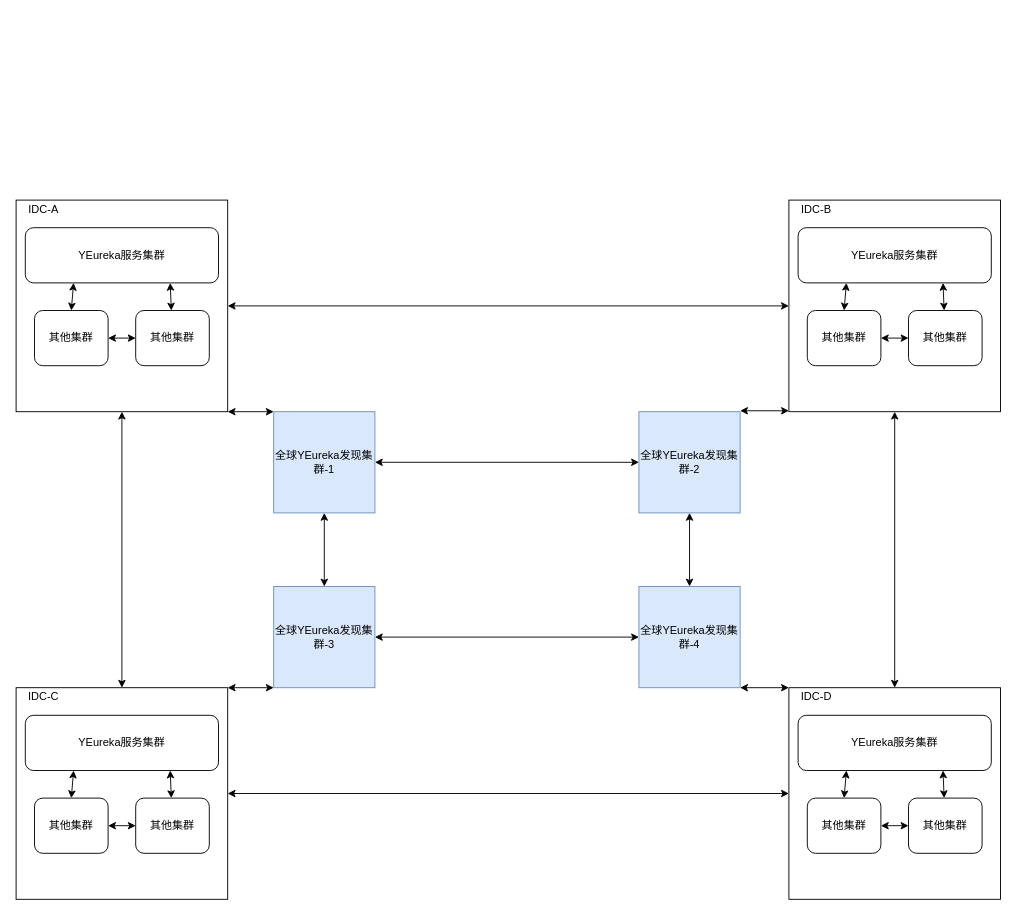
This is 全局无状态集群.drawio from Gred01/study, a draw.io file, before an edit. Source tidied: cells renumbered, new cells numbered last; positions are measured from the earlier drawing's top-left corner, leaving out a move shared by most shapes. Both pictures are drawn from the tidied source at 92%, with x=0, y=0 at pixel (16, 200).
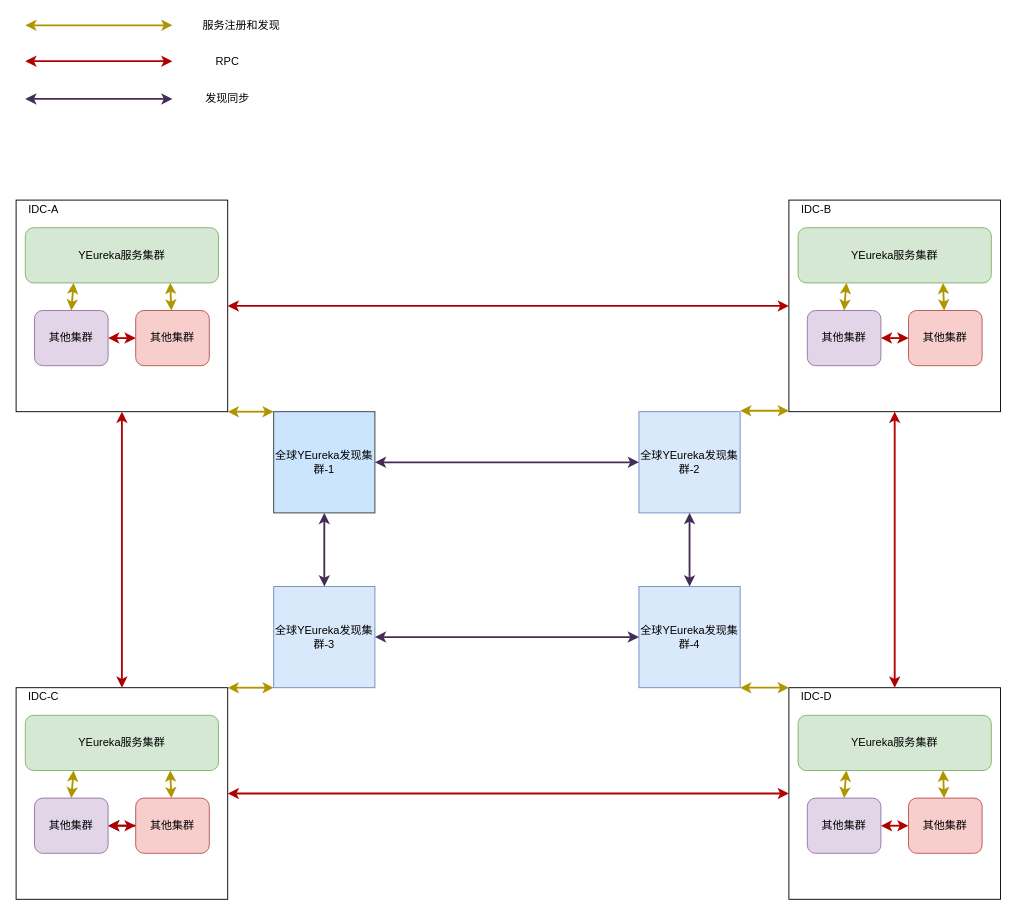
The same page after the edit.

Commit message (it also covers changes not shown here):
Update 全局无状态集群.drawio

The change refers to these unchanged cells:
```xml
<mxCell id="2" style="whiteSpace=wrap;html=1;" parent="1" vertex="1">
  <mxGeometry width="230" height="230" as="geometry" />
</mxCell>
<mxCell id="11" style="whiteSpace=wrap;html=1;" parent="1" vertex="1">
  <mxGeometry x="840" width="230" height="230" as="geometry" />
</mxCell>
<mxCell id="19" style="whiteSpace=wrap;html=1;" parent="1" vertex="1">
  <mxGeometry y="530" width="230" height="230" as="geometry" />
</mxCell>
<mxCell id="27" style="whiteSpace=wrap;html=1;" parent="1" vertex="1">
  <mxGeometry x="840" y="530" width="230" height="230" as="geometry" />
</mxCell>
<mxCell id="29" value="IDC-D" style="text;html=1;strokeColor=none;fillColor=none;align=center;verticalAlign=middle;whiteSpace=wrap;rounded=0;" parent="1" vertex="1">
  <mxGeometry x="840" y="530" width="60" height="20" as="geometry" />
</mxCell>
```

The edit, as a diff of the source:
```diff
@@
-    <mxCell id="3" value="YEureka服务集群" style="rounded=1;whiteSpace=wrap;html=1;" parent="1" vertex="1">
+    <mxCell id="3" value="YEureka服务集群" style="rounded=1;whiteSpace=wrap;html=1;fillColor=#d5e8d4;strokeColor=#82b366;" parent="1" vertex="1">
       <mxGeometry x="10" y="30" width="210" height="60" as="geometry" />
     </mxCell>
@@
-    <mxCell id="5" value="其他集群" style="rounded=1;whiteSpace=wrap;html=1;" parent="1" vertex="1">
+    <mxCell id="5" value="其他集群" style="rounded=1;whiteSpace=wrap;html=1;fillColor=#f8cecc;strokeColor=#b85450;" parent="1" vertex="1">
       <mxGeometry x="130" y="120" width="80" height="60" as="geometry" />
     </mxCell>
-    <mxCell id="6" style="endArrow=classic;startArrow=classic;html=1;exitX=0.75;exitY=1;exitDx=0;exitDy=0;" parent="1" edge="1" source="3" target="5">
+    <mxCell id="6" style="endArrow=classic;startArrow=classic;html=1;exitX=0.75;exitY=1;exitDx=0;exitDy=0;fillColor=#e3c800;strokeColor=#B09500;strokeWidth=2;" parent="1" edge="1" source="3" target="5">
       <mxGeometry relative="1" as="geometry" />
     </mxCell>
-    <mxCell id="7" value="其他集群" style="rounded=1;whiteSpace=wrap;html=1;" parent="1" vertex="1">
+    <mxCell id="7" value="其他集群" style="rounded=1;whiteSpace=wrap;html=1;fillColor=#e1d5e7;strokeColor=#9673a6;" parent="1" vertex="1">
       <mxGeometry x="20" y="120" width="80" height="60" as="geometry" />
     </mxCell>
-    <mxCell id="8" style="endArrow=classic;startArrow=classic;html=1;exitX=0.5;exitY=0;exitDx=0;exitDy=0;entryX=0.25;entryY=1;entryDx=0;entryDy=0;" parent="1" edge="1" source="7" target="3">
+    <mxCell id="8" style="endArrow=classic;startArrow=classic;html=1;exitX=0.5;exitY=0;exitDx=0;exitDy=0;entryX=0.25;entryY=1;entryDx=0;entryDy=0;fillColor=#e3c800;strokeColor=#B09500;strokeWidth=2;" parent="1" edge="1" source="7" target="3">
       <mxGeometry relative="1" as="geometry" />
     </mxCell>
-    <mxCell id="9" style="endArrow=classic;startArrow=classic;html=1;entryX=0;entryY=0.5;entryDx=0;entryDy=0;" parent="1" edge="1" source="7" target="5">
+    <mxCell id="9" style="endArrow=classic;startArrow=classic;html=1;entryX=0;entryY=0.5;entryDx=0;entryDy=0;fillColor=#e51400;strokeColor=#B20000;strokeWidth=2;" parent="1" edge="1" source="7" target="5">
       <mxGeometry relative="1" as="geometry" />
     </mxCell>
-    <mxCell id="10" value="全球YEureka发现集群-1" style="whiteSpace=wrap;html=1;fillColor=#dae8fc;strokeColor=#6c8ebf;" parent="1" vertex="1">
+    <mxCell id="10" value="全球YEureka发现集群-1" style="whiteSpace=wrap;html=1;fillColor=#cce5ff;strokeColor=#36393d;rounded=0;shadow=0;glass=0;" parent="1" vertex="1">
       <mxGeometry x="280" y="230" width="110" height="110" as="geometry" />
     </mxCell>
@@
-    <mxCell id="12" value="YEureka服务集群" style="rounded=1;whiteSpace=wrap;html=1;" parent="1" vertex="1">
+    <mxCell id="12" value="YEureka服务集群" style="rounded=1;whiteSpace=wrap;html=1;fillColor=#d5e8d4;strokeColor=#82b366;" parent="1" vertex="1">
       <mxGeometry x="850" y="30" width="210" height="60" as="geometry" />
     </mxCell>
@@
-    <mxCell id="14" value="其他集群" style="rounded=1;whiteSpace=wrap;html=1;" parent="1" vertex="1">
+    <mxCell id="14" value="其他集群" style="rounded=1;whiteSpace=wrap;html=1;fillColor=#f8cecc;strokeColor=#b85450;" parent="1" vertex="1">
       <mxGeometry x="970" y="120" width="80" height="60" as="geometry" />
     </mxCell>
-    <mxCell id="15" style="endArrow=classic;startArrow=classic;html=1;exitX=0.75;exitY=1;exitDx=0;exitDy=0;" parent="1" edge="1" source="12" target="14">
+    <mxCell id="15" style="endArrow=classic;startArrow=classic;html=1;exitX=0.75;exitY=1;exitDx=0;exitDy=0;fillColor=#e3c800;strokeColor=#B09500;strokeWidth=2;" parent="1" edge="1" source="12" target="14">
       <mxGeometry relative="1" as="geometry" />
     </mxCell>
-    <mxCell id="16" value="其他集群" style="rounded=1;whiteSpace=wrap;html=1;" parent="1" vertex="1">
+    <mxCell id="16" value="其他集群" style="rounded=1;whiteSpace=wrap;html=1;fillColor=#e1d5e7;strokeColor=#9673a6;" parent="1" vertex="1">
       <mxGeometry x="860" y="120" width="80" height="60" as="geometry" />
     </mxCell>
-    <mxCell id="17" style="endArrow=classic;startArrow=classic;html=1;exitX=0.5;exitY=0;exitDx=0;exitDy=0;entryX=0.25;entryY=1;entryDx=0;entryDy=0;" parent="1" edge="1" source="16" target="12">
+    <mxCell id="17" style="endArrow=classic;startArrow=classic;html=1;exitX=0.5;exitY=0;exitDx=0;exitDy=0;entryX=0.25;entryY=1;entryDx=0;entryDy=0;fillColor=#e3c800;strokeColor=#B09500;strokeWidth=2;" parent="1" edge="1" source="16" target="12">
       <mxGeometry relative="1" as="geometry" />
     </mxCell>
-    <mxCell id="18" style="endArrow=classic;startArrow=classic;html=1;entryX=0;entryY=0.5;entryDx=0;entryDy=0;" parent="1" edge="1" source="16" target="14">
+    <mxCell id="18" style="endArrow=classic;startArrow=classic;html=1;entryX=0;entryY=0.5;entryDx=0;entryDy=0;fillColor=#e51400;strokeColor=#B20000;strokeWidth=2;" parent="1" edge="1" source="16" target="14">
       <mxGeometry relative="1" as="geometry" />
     </mxCell>
@@
-    <mxCell id="20" value="YEureka服务集群" style="rounded=1;whiteSpace=wrap;html=1;" parent="1" vertex="1">
+    <mxCell id="20" value="YEureka服务集群" style="rounded=1;whiteSpace=wrap;html=1;fillColor=#d5e8d4;strokeColor=#82b366;" parent="1" vertex="1">
       <mxGeometry x="10" y="560" width="210" height="60" as="geometry" />
     </mxCell>
@@
+    <mxCell id="50" style="edgeStyle=orthogonalEdgeStyle;rounded=0;jettySize=auto;html=1;strokeWidth=2;" parent="1" edge="1" source="22" target="24">
+      <mxGeometry relative="1" as="geometry" />
+    </mxCell>
-    <mxCell id="22" value="其他集群" style="rounded=1;whiteSpace=wrap;html=1;" parent="1" vertex="1">
+    <mxCell id="22" value="其他集群" style="rounded=1;whiteSpace=wrap;html=1;fillColor=#f8cecc;strokeColor=#b85450;" parent="1" vertex="1">
       <mxGeometry x="130" y="650" width="80" height="60" as="geometry" />
     </mxCell>
-    <mxCell id="23" style="endArrow=classic;startArrow=classic;html=1;exitX=0.75;exitY=1;exitDx=0;exitDy=0;" parent="1" edge="1" source="20" target="22">
+    <mxCell id="23" style="endArrow=classic;startArrow=classic;html=1;exitX=0.75;exitY=1;exitDx=0;exitDy=0;fillColor=#e3c800;strokeColor=#B09500;strokeWidth=2;" parent="1" edge="1" source="20" target="22">
       <mxGeometry relative="1" as="geometry" />
     </mxCell>
-    <mxCell id="24" value="其他集群" style="rounded=1;whiteSpace=wrap;html=1;" parent="1" vertex="1">
+    <mxCell id="24" value="其他集群" style="rounded=1;whiteSpace=wrap;html=1;fillColor=#e1d5e7;strokeColor=#9673a6;" parent="1" vertex="1">
       <mxGeometry x="20" y="650" width="80" height="60" as="geometry" />
     </mxCell>
-    <mxCell id="25" style="endArrow=classic;startArrow=classic;html=1;exitX=0.5;exitY=0;exitDx=0;exitDy=0;entryX=0.25;entryY=1;entryDx=0;entryDy=0;" parent="1" edge="1" source="24" target="20">
+    <mxCell id="25" style="endArrow=classic;startArrow=classic;html=1;exitX=0.5;exitY=0;exitDx=0;exitDy=0;entryX=0.25;entryY=1;entryDx=0;entryDy=0;fillColor=#e3c800;strokeColor=#B09500;strokeWidth=2;" parent="1" edge="1" source="24" target="20">
       <mxGeometry relative="1" as="geometry" />
     </mxCell>
-    <mxCell id="26" style="endArrow=classic;startArrow=classic;html=1;entryX=0;entryY=0.5;entryDx=0;entryDy=0;" parent="1" edge="1" source="24" target="22">
-      <mxGeometry relative="1" as="geometry" />
-    </mxCell>
@@
-    <mxCell id="28" value="YEureka服务集群" style="rounded=1;whiteSpace=wrap;html=1;" parent="1" vertex="1">
+    <mxCell id="28" value="YEureka服务集群" style="rounded=1;whiteSpace=wrap;html=1;fillColor=#d5e8d4;strokeColor=#82b366;" parent="1" vertex="1">
       <mxGeometry x="850" y="560" width="210" height="60" as="geometry" />
     </mxCell>
@@
-    <mxCell id="30" value="其他集群" style="rounded=1;whiteSpace=wrap;html=1;" parent="1" vertex="1">
+    <mxCell id="30" value="其他集群" style="rounded=1;whiteSpace=wrap;html=1;fillColor=#f8cecc;strokeColor=#b85450;" parent="1" vertex="1">
       <mxGeometry x="970" y="650" width="80" height="60" as="geometry" />
     </mxCell>
-    <mxCell id="31" style="endArrow=classic;startArrow=classic;html=1;exitX=0.75;exitY=1;exitDx=0;exitDy=0;" parent="1" edge="1" source="28" target="30">
+    <mxCell id="31" style="endArrow=classic;startArrow=classic;html=1;exitX=0.75;exitY=1;exitDx=0;exitDy=0;fillColor=#e3c800;strokeColor=#B09500;strokeWidth=2;" parent="1" edge="1" source="28" target="30">
       <mxGeometry relative="1" as="geometry" />
     </mxCell>
-    <mxCell id="32" value="其他集群" style="rounded=1;whiteSpace=wrap;html=1;" parent="1" vertex="1">
+    <mxCell id="32" value="其他集群" style="rounded=1;whiteSpace=wrap;html=1;fillColor=#e1d5e7;strokeColor=#9673a6;" parent="1" vertex="1">
       <mxGeometry x="860" y="650" width="80" height="60" as="geometry" />
     </mxCell>
-    <mxCell id="33" style="endArrow=classic;startArrow=classic;html=1;exitX=0.5;exitY=0;exitDx=0;exitDy=0;entryX=0.25;entryY=1;entryDx=0;entryDy=0;" parent="1" edge="1" source="32" target="28">
+    <mxCell id="33" style="endArrow=classic;startArrow=classic;html=1;exitX=0.5;exitY=0;exitDx=0;exitDy=0;entryX=0.25;entryY=1;entryDx=0;entryDy=0;fillColor=#e3c800;strokeColor=#B09500;strokeWidth=2;" parent="1" edge="1" source="32" target="28">
       <mxGeometry relative="1" as="geometry" />
     </mxCell>
-    <mxCell id="34" style="endArrow=classic;startArrow=classic;html=1;entryX=0;entryY=0.5;entryDx=0;entryDy=0;" parent="1" edge="1" source="32" target="30">
+    <mxCell id="34" style="endArrow=classic;startArrow=classic;html=1;entryX=0;entryY=0.5;entryDx=0;entryDy=0;fillColor=#e51400;strokeColor=#B20000;strokeWidth=2;" parent="1" edge="1" source="32" target="30">
       <mxGeometry relative="1" as="geometry" />
     </mxCell>
-    <mxCell id="35" style="endArrow=classic;startArrow=classic;html=1;entryX=0.5;entryY=1;entryDx=0;entryDy=0;" parent="1" edge="1" source="19" target="2">
+    <mxCell id="35" style="endArrow=classic;startArrow=classic;html=1;entryX=0.5;entryY=1;entryDx=0;entryDy=0;fillColor=#e51400;strokeColor=#B20000;strokeWidth=2;" parent="1" edge="1" source="19" target="2">
       <mxGeometry relative="1" as="geometry" />
     </mxCell>
-    <mxCell id="36" style="endArrow=classic;startArrow=classic;html=1;entryX=0;entryY=0.5;entryDx=0;entryDy=0;exitX=1;exitY=0.5;exitDx=0;exitDy=0;" parent="1" edge="1" source="19" target="27">
+    <mxCell id="36" style="endArrow=classic;startArrow=classic;html=1;entryX=0;entryY=0.5;entryDx=0;entryDy=0;exitX=1;exitY=0.5;exitDx=0;exitDy=0;strokeWidth=2;fillColor=#e51400;strokeColor=#B20000;" parent="1" edge="1" source="19" target="27">
       <mxGeometry relative="1" as="geometry" />
     </mxCell>
-    <mxCell id="37" style="endArrow=classic;startArrow=classic;html=1;" parent="1" edge="1" source="11" target="27">
+    <mxCell id="37" style="endArrow=classic;startArrow=classic;html=1;strokeWidth=2;fillColor=#e51400;strokeColor=#B20000;" parent="1" edge="1" source="11" target="27">
       <mxGeometry relative="1" as="geometry" />
     </mxCell>
-    <mxCell id="38" style="endArrow=classic;startArrow=classic;html=1;exitX=0;exitY=0.5;exitDx=0;exitDy=0;entryX=1;entryY=0.5;entryDx=0;entryDy=0;" parent="1" edge="1" source="11" target="2">
+    <mxCell id="38" style="endArrow=classic;startArrow=classic;html=1;exitX=0;exitY=0.5;exitDx=0;exitDy=0;entryX=1;entryY=0.5;entryDx=0;entryDy=0;strokeWidth=2;fillColor=#e51400;strokeColor=#B20000;" parent="1" edge="1" source="11" target="2">
       <mxGeometry relative="1" as="geometry" />
     </mxCell>
-    <mxCell id="39" value="全球YEureka发现集群-4" style="whiteSpace=wrap;html=1;fillColor=#dae8fc;strokeColor=#6c8ebf;" parent="1" vertex="1">
+    <mxCell id="39" value="全球YEureka发现集群-4" style="whiteSpace=wrap;html=1;fillColor=#dae8fc;strokeColor=#6c8ebf;rounded=0;" parent="1" vertex="1">
       <mxGeometry x="677" y="420" width="110" height="110" as="geometry" />
     </mxCell>
-    <mxCell id="40" value="全球YEureka发现集群-3" style="whiteSpace=wrap;html=1;fillColor=#dae8fc;strokeColor=#6c8ebf;" parent="1" vertex="1">
+    <mxCell id="40" value="全球YEureka发现集群-3" style="whiteSpace=wrap;html=1;fillColor=#dae8fc;strokeColor=#6c8ebf;rounded=0;" parent="1" vertex="1">
       <mxGeometry x="280" y="420" width="110" height="110" as="geometry" />
     </mxCell>
-    <mxCell id="41" value="全球YEureka发现集群-2" style="whiteSpace=wrap;html=1;fillColor=#dae8fc;strokeColor=#6c8ebf;" parent="1" vertex="1">
+    <mxCell id="41" value="全球YEureka发现集群-2" style="whiteSpace=wrap;html=1;fillColor=#dae8fc;strokeColor=#6c8ebf;rounded=0;sketch=0;" parent="1" vertex="1">
       <mxGeometry x="677" y="230" width="110" height="110" as="geometry" />
     </mxCell>
-    <mxCell id="42" style="endArrow=classic;startArrow=classic;html=1;exitX=0;exitY=1;exitDx=0;exitDy=0;" parent="1" edge="1" source="40">
+    <mxCell id="42" style="endArrow=classic;startArrow=classic;html=1;exitX=0;exitY=1;exitDx=0;exitDy=0;fillColor=#e3c800;strokeColor=#B09500;strokeWidth=2;" parent="1" edge="1" source="40">
       <mxGeometry relative="1" as="geometry">
         <mxPoint x="230" y="530" as="targetPoint" />
       </mxGeometry>
     </mxCell>
-    <mxCell id="43" style="endArrow=classic;startArrow=classic;html=1;entryX=1;entryY=1;entryDx=0;entryDy=0;exitX=0;exitY=0;exitDx=0;exitDy=0;" parent="1" edge="1" source="10" target="2">
+    <mxCell id="43" style="endArrow=classic;startArrow=classic;html=1;entryX=1;entryY=1;entryDx=0;entryDy=0;exitX=0;exitY=0;exitDx=0;exitDy=0;fillColor=#e3c800;strokeColor=#B09500;strokeWidth=2;" parent="1" edge="1" source="10" target="2">
       <mxGeometry relative="1" as="geometry" />
     </mxCell>
-    <mxCell id="44" style="endArrow=classic;startArrow=classic;html=1;exitX=0;exitY=0;exitDx=0;exitDy=0;" parent="1" edge="1" source="29">
+    <mxCell id="44" style="endArrow=classic;startArrow=classic;html=1;exitX=0;exitY=0;exitDx=0;exitDy=0;fillColor=#e3c800;strokeColor=#B09500;strokeWidth=2;" parent="1" edge="1" source="29">
       <mxGeometry relative="1" as="geometry">
         <mxPoint x="787" y="530" as="targetPoint" />
       </mxGeometry>
     </mxCell>
-    <mxCell id="45" style="endArrow=classic;startArrow=classic;html=1;exitX=0;exitY=0;exitDx=0;exitDy=0;" parent="1" edge="1">
+    <mxCell id="45" style="endArrow=classic;startArrow=classic;html=1;exitX=0;exitY=0;exitDx=0;exitDy=0;fillColor=#e3c800;strokeColor=#B09500;strokeWidth=2;" parent="1" edge="1">
       <mxGeometry relative="1" as="geometry">
         <mxPoint x="840" y="229" as="sourcePoint" />
         <mxPoint x="787" y="229" as="targetPoint" />
       </mxGeometry>
     </mxCell>
-    <mxCell id="46" style="endArrow=classic;startArrow=classic;html=1;entryX=1;entryY=0.5;entryDx=0;entryDy=0;exitX=0;exitY=0.5;exitDx=0;exitDy=0;" parent="1" edge="1" source="39" target="40">
+    <mxCell id="46" style="endArrow=classic;startArrow=classic;html=1;entryX=1;entryY=0.5;entryDx=0;entryDy=0;exitX=0;exitY=0.5;exitDx=0;exitDy=0;fillColor=#76608a;strokeColor=#432D57;strokeWidth=2;" parent="1" edge="1" source="39" target="40">
       <mxGeometry relative="1" as="geometry" />
     </mxCell>
-    <mxCell id="47" style="endArrow=classic;startArrow=classic;html=1;exitX=0.5;exitY=1;exitDx=0;exitDy=0;" parent="1" edge="1" source="41" target="39">
+    <mxCell id="47" style="endArrow=classic;startArrow=classic;html=1;exitX=0.5;exitY=1;exitDx=0;exitDy=0;fillColor=#76608a;strokeColor=#432D57;strokeWidth=2;" parent="1" edge="1" source="41" target="39">
       <mxGeometry relative="1" as="geometry" />
     </mxCell>
-    <mxCell id="48" style="endArrow=classic;startArrow=classic;html=1;exitX=1;exitY=0.5;exitDx=0;exitDy=0;" parent="1" edge="1" source="10" target="41">
+    <mxCell id="48" style="endArrow=classic;startArrow=classic;html=1;exitX=1;exitY=0.5;exitDx=0;exitDy=0;fillColor=#76608a;strokeColor=#432D57;strokeWidth=2;" parent="1" edge="1" source="10" target="41">
       <mxGeometry relative="1" as="geometry" />
     </mxCell>
-    <mxCell id="49" style="endArrow=classic;startArrow=classic;html=1;exitX=0.5;exitY=1;exitDx=0;exitDy=0;entryX=0.5;entryY=0;entryDx=0;entryDy=0;" parent="1" edge="1" source="10" target="40">
+    <mxCell id="49" style="endArrow=classic;startArrow=classic;html=1;exitX=0.5;exitY=1;exitDx=0;exitDy=0;entryX=0.5;entryY=0;entryDx=0;entryDy=0;fillColor=#76608a;strokeColor=#432D57;strokeWidth=2;" parent="1" edge="1" source="10" target="40">
       <mxGeometry relative="1" as="geometry" />
     </mxCell>
+    <mxCell id="51" style="endArrow=classic;startArrow=classic;html=1;fillColor=#e51400;strokeColor=#B20000;strokeWidth=2;" parent="1" edge="1">
+      <mxGeometry relative="1" as="geometry">
+        <mxPoint x="10" y="-151" as="sourcePoint" />
+        <mxPoint x="170" y="-151" as="targetPoint" />
+      </mxGeometry>
+    </mxCell>
+    <mxCell id="52" style="endArrow=classic;startArrow=classic;html=1;fillColor=#76608a;strokeColor=#432D57;strokeWidth=2;" parent="1" edge="1">
+      <mxGeometry relative="1" as="geometry">
+        <mxPoint x="10" y="-110" as="sourcePoint" />
+        <mxPoint x="170" y="-110" as="targetPoint" />
+      </mxGeometry>
+    </mxCell>
+    <mxCell id="53" style="endArrow=classic;startArrow=classic;html=1;fillColor=#e3c800;strokeColor=#B09500;strokeWidth=2;" parent="1" edge="1">
+      <mxGeometry relative="1" as="geometry">
+        <mxPoint x="10" y="-190" as="sourcePoint" />
+        <mxPoint x="170" y="-190" as="targetPoint" />
+      </mxGeometry>
+    </mxCell>
+    <mxCell id="54" value="服务注册和发现" style="text;html=1;strokeColor=none;fillColor=none;align=center;verticalAlign=middle;whiteSpace=wrap;rounded=0;" parent="1" vertex="1">
+      <mxGeometry x="200" y="-200" width="90" height="20" as="geometry" />
+    </mxCell>
+    <mxCell id="55" value="RPC" style="text;html=1;strokeColor=none;fillColor=none;align=center;verticalAlign=middle;whiteSpace=wrap;rounded=0;" parent="1" vertex="1">
+      <mxGeometry x="200" y="-160" width="60" height="20" as="geometry" />
+    </mxCell>
+    <mxCell id="56" value="发现同步" style="text;html=1;strokeColor=none;fillColor=none;align=center;verticalAlign=middle;whiteSpace=wrap;rounded=0;" parent="1" vertex="1">
+      <mxGeometry x="200" y="-120" width="60" height="20" as="geometry" />
+    </mxCell>
+    <mxCell id="57" style="endArrow=classic;startArrow=classic;html=1;fillColor=#e51400;strokeColor=#B20000;strokeWidth=2;entryX=0;entryY=0.5;entryDx=0;entryDy=0;" parent="1" edge="1" target="22">
+      <mxGeometry relative="1" as="geometry">
+        <mxPoint x="100" y="680" as="sourcePoint" />
+      </mxGeometry>
+    </mxCell>
```
